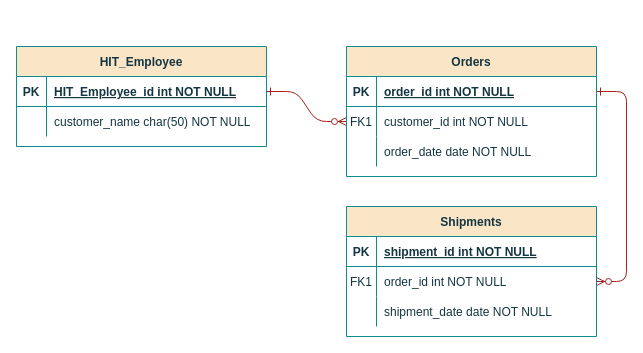
Earlier version of the draw.io diagram Untitled Diagram.drawio (patriciacastillon-marianas/login_diagram). Source tidied: cells renumbered, new cells numbered last; positions are measured from the earlier drawing's top-left corner, leaving out a move shared by most shapes. Both pictures are drawn from the tidied source at 100%, with x=0, y=0 at pixel (16, 46).
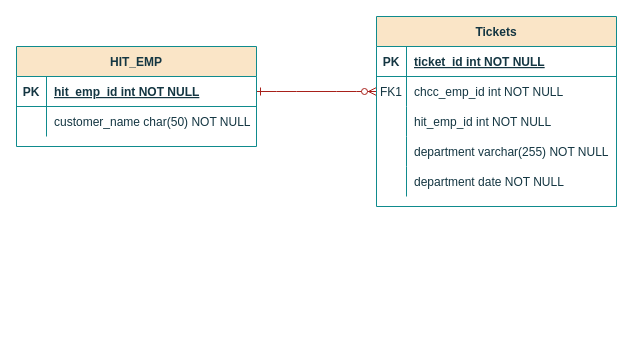
After the change.

Diff of the diagram source:
```diff
@@
-    <mxCell id="3" style="edgeStyle=entityRelationEdgeStyle;endArrow=ERzeroToMany;startArrow=ERone;endFill=1;startFill=0;labelBackgroundColor=none;strokeColor=#A8201A;fontColor=default;" parent="1" edge="1" source="5" target="18">
-      <mxGeometry relative="1" as="geometry" />
-    </mxCell>
-    <mxCell id="4" value="Orders" style="shape=table;startSize=30;childLayout=tableLayout;rowLines=0;fontStyle=1;align=center;labelBackgroundColor=none;fillColor=#FAE5C7;strokeColor=#0F8B8D;fontColor=#143642;" parent="1" vertex="1">
-      <mxGeometry x="330" width="250" height="130" as="geometry" />
+    <mxCell id="4" value="Tickets" style="shape=table;startSize=30;childLayout=tableLayout;rowLines=0;fontStyle=1;align=center;labelBackgroundColor=none;fillColor=#FAE5C7;strokeColor=#0F8B8D;fontColor=#143642;" parent="1" vertex="1">
+      <mxGeometry x="360" y="-30" width="240" height="190" as="geometry" />
     </mxCell>
     <mxCell id="5" style="shape=partialRectangle;fillColor=none;points=[[0,0.5],[1,0.5]];portConstraint=eastwest;top=0;left=0;right=0;bottom=1;labelBackgroundColor=none;strokeColor=#0F8B8D;fontColor=#143642;" parent="4" vertex="1">
-      <mxGeometry y="30" width="250" height="30" as="geometry" />
+      <mxGeometry y="30" width="240" height="30" as="geometry" />
     </mxCell>
@@
-    <mxCell id="7" value="order_id int NOT NULL " style="shape=partialRectangle;overflow=hidden;fillColor=none;top=0;left=0;bottom=0;right=0;align=left;spacingLeft=6;fontStyle=5;labelBackgroundColor=none;strokeColor=#0F8B8D;fontColor=#143642;" parent="5" vertex="1">
-      <mxGeometry x="30" width="220" height="30" as="geometry" />
+    <mxCell id="7" value="ticket_id int NOT NULL " style="shape=partialRectangle;overflow=hidden;fillColor=none;top=0;left=0;bottom=0;right=0;align=left;spacingLeft=6;fontStyle=5;labelBackgroundColor=none;strokeColor=#0F8B8D;fontColor=#143642;" parent="5" vertex="1">
+      <mxGeometry x="30" width="210" height="30" as="geometry" />
     </mxCell>
     <mxCell id="8" style="shape=partialRectangle;fillColor=none;points=[[0,0.5],[1,0.5]];portConstraint=eastwest;top=0;left=0;right=0;bottom=0;labelBackgroundColor=none;strokeColor=#0F8B8D;fontColor=#143642;" parent="4" vertex="1">
-      <mxGeometry y="60" width="250" height="30" as="geometry" />
+      <mxGeometry y="60" width="240" height="30" as="geometry" />
     </mxCell>
@@
-    <mxCell id="10" value="customer_id int NOT NULL" style="shape=partialRectangle;overflow=hidden;fillColor=none;top=0;left=0;bottom=0;right=0;align=left;spacingLeft=6;labelBackgroundColor=none;strokeColor=#0F8B8D;fontColor=#143642;" parent="8" vertex="1">
-      <mxGeometry x="30" width="220" height="30" as="geometry" />
+    <mxCell id="10" value="chcc_emp_id int NOT NULL" style="shape=partialRectangle;overflow=hidden;fillColor=none;top=0;left=0;bottom=0;right=0;align=left;spacingLeft=6;labelBackgroundColor=none;strokeColor=#0F8B8D;fontColor=#143642;" parent="8" vertex="1">
+      <mxGeometry x="30" width="210" height="30" as="geometry" />
     </mxCell>
+    <mxCell id="31" style="shape=partialRectangle;fillColor=none;top=0;left=0;right=0;bottom=0;labelBackgroundColor=none;strokeColor=#0F8B8D;fontColor=#143642;" parent="4" vertex="1">
+      <mxGeometry y="90" width="240" height="30" as="geometry" />
+    </mxCell>
+    <mxCell id="32" style="shape=partialRectangle;overflow=hidden;fillColor=none;top=0;left=0;bottom=0;right=0;labelBackgroundColor=none;strokeColor=#0F8B8D;fontColor=#143642;" parent="31" vertex="1">
+      <mxGeometry width="30" height="30" as="geometry" />
+    </mxCell>
+    <mxCell id="33" value="hit_emp_id int NOT NULL" style="shape=partialRectangle;overflow=hidden;fillColor=none;top=0;left=0;bottom=0;right=0;align=left;spacingLeft=6;labelBackgroundColor=none;strokeColor=#0F8B8D;fontColor=#143642;" parent="31" vertex="1">
+      <mxGeometry x="30" width="210" height="30" as="geometry" />
+    </mxCell>
     <mxCell id="11" style="shape=partialRectangle;fillColor=none;top=0;left=0;right=0;bottom=0;labelBackgroundColor=none;strokeColor=#0F8B8D;fontColor=#143642;" parent="4" vertex="1">
-      <mxGeometry y="90" width="250" height="30" as="geometry" />
+      <mxGeometry y="120" width="240" height="30" as="geometry" />
     </mxCell>
@@
-    <mxCell id="13" value="order_date date NOT NULL" style="shape=partialRectangle;overflow=hidden;fillColor=none;top=0;left=0;bottom=0;right=0;align=left;spacingLeft=6;labelBackgroundColor=none;strokeColor=#0F8B8D;fontColor=#143642;" parent="11" vertex="1">
-      <mxGeometry x="30" width="220" height="30" as="geometry" />
+    <mxCell id="13" value="department varchar(255) NOT NULL" style="shape=partialRectangle;overflow=hidden;fillColor=none;top=0;left=0;bottom=0;right=0;align=left;spacingLeft=6;labelBackgroundColor=none;strokeColor=#0F8B8D;fontColor=#143642;" parent="11" vertex="1">
+      <mxGeometry x="30" width="210" height="30" as="geometry" />
     </mxCell>
-    <mxCell id="14" value="Shipments" style="shape=table;startSize=30;childLayout=tableLayout;rowLines=0;fontStyle=1;align=center;labelBackgroundColor=none;fillColor=#FAE5C7;strokeColor=#0F8B8D;fontColor=#143642;" parent="1" vertex="1">
-      <mxGeometry x="330" y="160" width="250" height="130" as="geometry" />
-    </mxCell>
-    <mxCell id="15" style="shape=partialRectangle;fillColor=none;top=0;left=0;right=0;bottom=1;labelBackgroundColor=none;strokeColor=#0F8B8D;fontColor=#143642;" parent="14" vertex="1">
-      <mxGeometry y="30" width="250" height="30" as="geometry" />
-    </mxCell>
-    <mxCell id="16" value="PK" style="shape=partialRectangle;overflow=hidden;fillColor=none;top=0;left=0;bottom=0;right=0;fontStyle=1;labelBackgroundColor=none;strokeColor=#0F8B8D;fontColor=#143642;" parent="15" vertex="1">
-      <mxGeometry width="30" height="30" as="geometry" />
-    </mxCell>
-    <mxCell id="17" value="shipment_id int NOT NULL " style="shape=partialRectangle;overflow=hidden;fillColor=none;top=0;left=0;bottom=0;right=0;align=left;spacingLeft=6;fontStyle=5;labelBackgroundColor=none;strokeColor=#0F8B8D;fontColor=#143642;" parent="15" vertex="1">
-      <mxGeometry x="30" width="220" height="30" as="geometry" />
-    </mxCell>
-    <mxCell id="18" style="shape=partialRectangle;fillColor=none;points=[[0,0.5],[1,0.5]];portConstraint=eastwest;top=0;left=0;right=0;bottom=0;labelBackgroundColor=none;strokeColor=#0F8B8D;fontColor=#143642;" parent="14" vertex="1">
-      <mxGeometry y="60" width="250" height="30" as="geometry" />
-    </mxCell>
-    <mxCell id="19" value="FK1" style="shape=partialRectangle;overflow=hidden;fillColor=none;top=0;left=0;bottom=0;right=0;labelBackgroundColor=none;strokeColor=#0F8B8D;fontColor=#143642;" parent="18" vertex="1">
-      <mxGeometry width="30" height="30" as="geometry" />
-    </mxCell>
-    <mxCell id="20" value="order_id int NOT NULL" style="shape=partialRectangle;overflow=hidden;fillColor=none;top=0;left=0;bottom=0;right=0;align=left;spacingLeft=6;labelBackgroundColor=none;strokeColor=#0F8B8D;fontColor=#143642;" parent="18" vertex="1">
-      <mxGeometry x="30" width="220" height="30" as="geometry" />
-    </mxCell>
-    <mxCell id="21" style="shape=partialRectangle;fillColor=none;top=0;left=0;right=0;bottom=0;labelBackgroundColor=none;strokeColor=#0F8B8D;fontColor=#143642;" parent="14" vertex="1">
-      <mxGeometry y="90" width="250" height="30" as="geometry" />
-    </mxCell>
-    <mxCell id="22" style="shape=partialRectangle;overflow=hidden;fillColor=none;top=0;left=0;bottom=0;right=0;labelBackgroundColor=none;strokeColor=#0F8B8D;fontColor=#143642;" parent="21" vertex="1">
-      <mxGeometry width="30" height="30" as="geometry" />
-    </mxCell>
-    <mxCell id="23" value="shipment_date date NOT NULL" style="shape=partialRectangle;overflow=hidden;fillColor=none;top=0;left=0;bottom=0;right=0;align=left;spacingLeft=6;labelBackgroundColor=none;strokeColor=#0F8B8D;fontColor=#143642;" parent="21" vertex="1">
-      <mxGeometry x="30" width="220" height="30" as="geometry" />
-    </mxCell>
+    <mxCell id="34" style="shape=partialRectangle;fillColor=none;top=0;left=0;right=0;bottom=0;labelBackgroundColor=none;strokeColor=#0F8B8D;fontColor=#143642;" parent="4" vertex="1">
+      <mxGeometry y="150" width="240" height="30" as="geometry" />
+    </mxCell>
+    <mxCell id="35" style="shape=partialRectangle;overflow=hidden;fillColor=none;top=0;left=0;bottom=0;right=0;labelBackgroundColor=none;strokeColor=#0F8B8D;fontColor=#143642;" parent="34" vertex="1">
+      <mxGeometry width="30" height="30" as="geometry" />
+    </mxCell>
+    <mxCell id="36" value="department date NOT NULL" style="shape=partialRectangle;overflow=hidden;fillColor=none;top=0;left=0;bottom=0;right=0;align=left;spacingLeft=6;labelBackgroundColor=none;strokeColor=#0F8B8D;fontColor=#143642;" parent="34" vertex="1">
+      <mxGeometry x="30" width="210" height="30" as="geometry" />
+    </mxCell>
-    <mxCell id="24" value="HIT_Employee" style="shape=table;startSize=30;childLayout=tableLayout;rowLines=0;fontStyle=1;align=center;labelBackgroundColor=none;fillColor=#FAE5C7;strokeColor=#0F8B8D;fontColor=#143642;" parent="1" vertex="1">
-      <mxGeometry width="250" height="100" as="geometry" />
+    <mxCell id="24" value="HIT_EMP" style="shape=table;startSize=30;childLayout=tableLayout;rowLines=0;fontStyle=1;align=center;labelBackgroundColor=none;fillColor=#FAE5C7;strokeColor=#0F8B8D;fontColor=#143642;" parent="1" vertex="1">
+      <mxGeometry width="240" height="100" as="geometry" />
     </mxCell>
     <mxCell id="25" style="shape=partialRectangle;fillColor=none;points=[[0,0.5],[1,0.5]];portConstraint=eastwest;top=0;left=0;right=0;bottom=1;labelBackgroundColor=none;strokeColor=#0F8B8D;fontColor=#143642;" parent="24" vertex="1">
-      <mxGeometry y="30" width="250" height="30" as="geometry" />
+      <mxGeometry y="30" width="240" height="30" as="geometry" />
     </mxCell>
@@
-    <mxCell id="27" value="HIT_Employee_id int NOT NULL " style="shape=partialRectangle;overflow=hidden;fillColor=none;top=0;left=0;bottom=0;right=0;align=left;spacingLeft=6;fontStyle=5;labelBackgroundColor=none;strokeColor=#0F8B8D;fontColor=#143642;" parent="25" vertex="1">
-      <mxGeometry x="30" width="220" height="30" as="geometry" />
+    <mxCell id="27" value="hit_emp_id int NOT NULL " style="shape=partialRectangle;overflow=hidden;fillColor=none;top=0;left=0;bottom=0;right=0;align=left;spacingLeft=6;fontStyle=5;labelBackgroundColor=none;strokeColor=#0F8B8D;fontColor=#143642;" parent="25" vertex="1">
+      <mxGeometry x="30" width="210" height="30" as="geometry" />
     </mxCell>
     <mxCell id="28" style="shape=partialRectangle;fillColor=none;top=0;left=0;right=0;bottom=0;labelBackgroundColor=none;strokeColor=#0F8B8D;fontColor=#143642;" parent="24" vertex="1">
-      <mxGeometry y="60" width="250" height="30" as="geometry" />
+      <mxGeometry y="60" width="240" height="30" as="geometry" />
     </mxCell>
@@
     <mxCell id="30" value="customer_name char(50) NOT NULL" style="shape=partialRectangle;overflow=hidden;fillColor=none;top=0;left=0;bottom=0;right=0;align=left;spacingLeft=6;labelBackgroundColor=none;strokeColor=#0F8B8D;fontColor=#143642;" parent="28" vertex="1">
-      <mxGeometry x="30" width="220" height="30" as="geometry" />
+      <mxGeometry x="30" width="210" height="30" as="geometry" />
     </mxCell>
```
